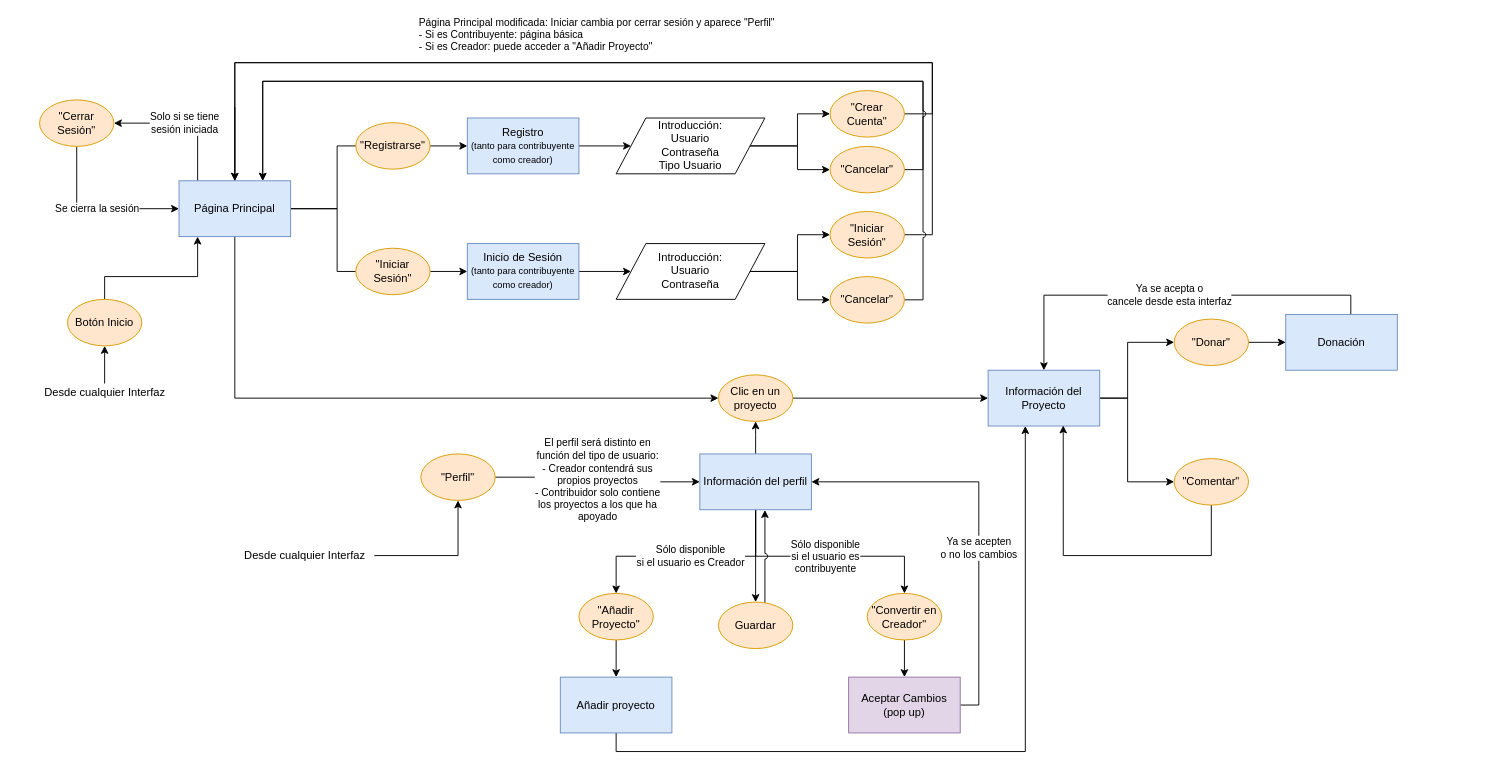
Earlier version of the draw.io diagram Documentos/diagramaFlujoOurProject.drawio (Numan4221/OurProject). Source tidied: cells renumbered, new cells numbered last; positions are measured from the earlier drawing's top-left corner, leaving out a move shared by most shapes. Both pictures are drawn from the tidied source at 93%, with x=0, y=0 at pixel (34, 62).
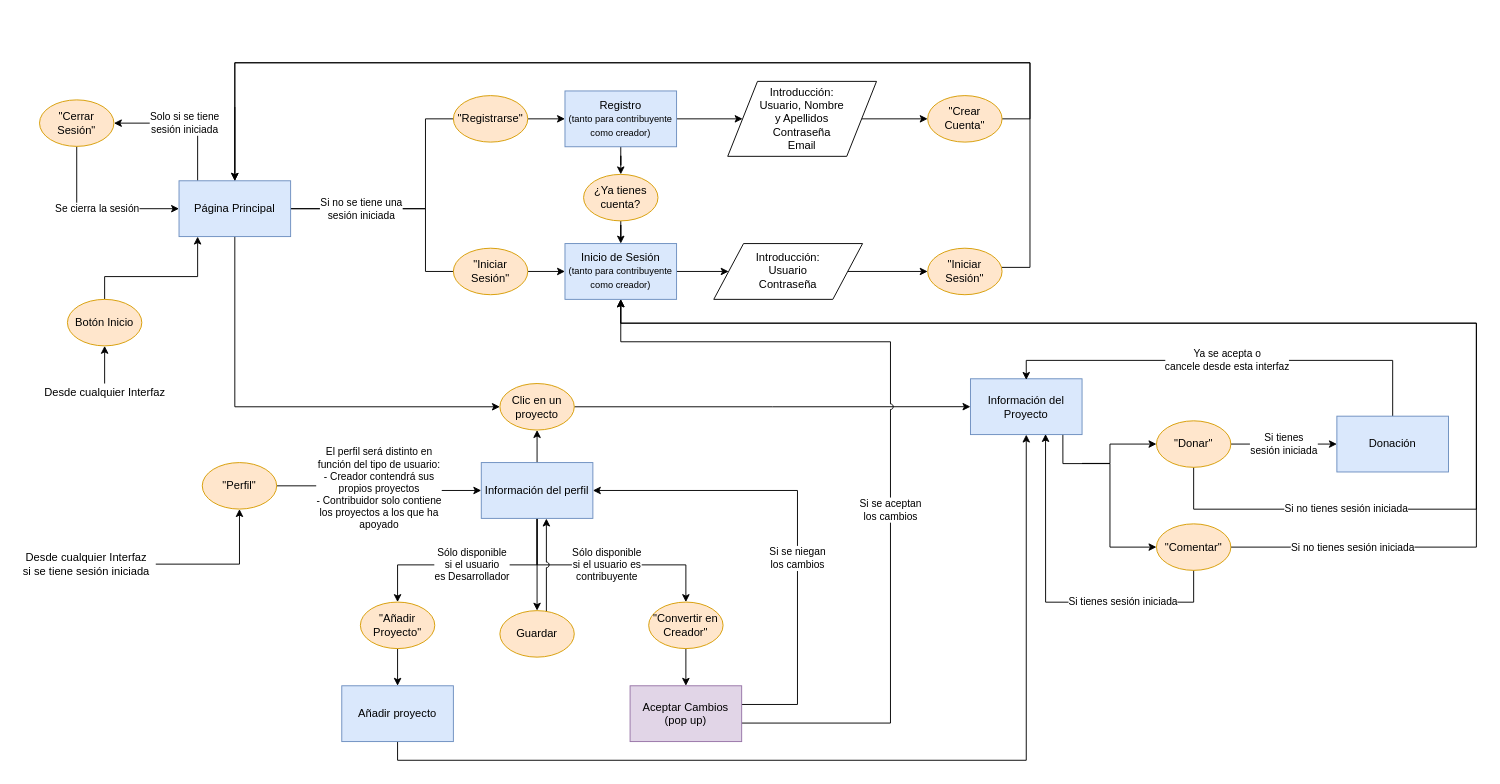
The same diagram, later.

The change refers to these unchanged cells:
```xml
<mxCell id="6" value="Página Principal" style="rounded=0;whiteSpace=wrap;html=1;fillColor=#dae8fc;strokeColor=#6c8ebf;" parent="1" vertex="1">
  <mxGeometry x="155" y="126.9" width="120" height="60" as="geometry" />
</mxCell>
```

Change to the diagram source:
```diff
@@
     <mxCell id="2" style="edgeStyle=orthogonalEdgeStyle;rounded=0;jettySize=auto;html=1;entryX=1;entryY=0.5;entryDx=0;entryDy=0;" parent="1" edge="1" source="6" target="21">
       <mxGeometry relative="1" as="geometry">
         <Array as="points">
-          <mxPoint x="325" y="156.9" />
-          <mxPoint x="325" y="89.9" />
+          <mxPoint x="420" y="157" />
+          <mxPoint x="420" y="60" />
         </Array>
       </mxGeometry>
     </mxCell>
-    <mxCell id="3" style="edgeStyle=orthogonalEdgeStyle;rounded=0;jettySize=auto;html=1;entryX=1;entryY=0.5;entryDx=0;entryDy=0;" parent="1" edge="1" source="6" target="19">
-      <mxGeometry relative="1" as="geometry">
+    <mxCell id="3" value="Si no se tiene una &lt;br&gt;sesión iniciada" style="edgeStyle=orthogonalEdgeStyle;rounded=0;jettySize=auto;html=1;entryX=1;entryY=0.5;entryDx=0;entryDy=0;" parent="1" edge="1" source="6" target="19">
+      <mxGeometry x="-0.53" relative="1" as="geometry">
         <Array as="points">
-          <mxPoint x="325" y="156.9" />
-          <mxPoint x="325" y="224.9" />
+          <mxPoint x="420" y="157" />
+          <mxPoint x="420" y="224" />
         </Array>
       </mxGeometry>
     </mxCell>
     <mxCell id="4" style="edgeStyle=orthogonalEdgeStyle;rounded=0;jettySize=auto;html=1;entryX=0;entryY=0.5;entryDx=0;entryDy=0;exitX=0.5;exitY=1;exitDx=0;exitDy=0;" parent="1" edge="1" target="37">
       <mxGeometry relative="1" as="geometry">
         <mxPoint x="215" y="47.6" as="sourcePoint" />
         <Array as="points">
-          <mxPoint x="215" y="360.6" />
+          <mxPoint x="215" y="370" />
         </Array>
       </mxGeometry>
     </mxCell>
@@
     <mxCell id="8" value="Inicio de Sesión&lt;br&gt;&lt;span style=&quot;font-size: 10px&quot;&gt;(tanto para contribuyente como creador)&lt;/span&gt;" style="rounded=0;whiteSpace=wrap;html=1;fillColor=#dae8fc;strokeColor=#6c8ebf;" parent="1" vertex="1">
-      <mxGeometry x="465" y="194.4" width="120" height="60" as="geometry" />
+      <mxGeometry x="570" y="194.4" width="120" height="60" as="geometry" />
     </mxCell>
-    <mxCell id="9" style="edgeStyle=orthogonalEdgeStyle;rounded=0;jettySize=auto;html=1;" parent="1" edge="1" source="10" target="13">
+    <mxCell id="9" style="edgeStyle=orthogonalEdgeStyle;rounded=0;jettySize=auto;html=1;entryX=0.5;entryY=1;entryDx=0;entryDy=0;" parent="1" edge="1" source="10" target="13">
       <mxGeometry relative="1" as="geometry">
         <Array as="points">
-          <mxPoint x="625" y="740.6" />
-          <mxPoint x="1065" y="740.6" />
+          <mxPoint x="390" y="750" />
+          <mxPoint x="1066" y="750" />
         </Array>
       </mxGeometry>
     </mxCell>
     <mxCell id="10" value="Añadir proyecto" style="rounded=0;whiteSpace=wrap;html=1;fillColor=#dae8fc;strokeColor=#6c8ebf;" parent="1" vertex="1">
-      <mxGeometry x="565" y="660.6" width="120" height="60" as="geometry" />
+      <mxGeometry x="330" y="669.9" width="120" height="60" as="geometry" />
     </mxCell>
-    <mxCell id="11" style="edgeStyle=orthogonalEdgeStyle;rounded=0;jettySize=auto;html=1;entryX=0;entryY=0.5;entryDx=0;entryDy=0;" parent="1" edge="1" source="13" target="54">
+    <mxCell id="11" style="edgeStyle=orthogonalEdgeStyle;rounded=0;jettySize=auto;html=1;entryX=0;entryY=0.5;entryDx=0;entryDy=0;" parent="1" edge="1" target="54">
       <mxGeometry x="0.35" relative="1" as="geometry">
+        <mxPoint x="1126" y="430.8" as="sourcePoint" />
         <Array as="points">
-          <mxPoint x="1175" y="360.6" />
-          <mxPoint x="1175" y="300.6" />
+          <mxPoint x="1156" y="431" />
+          <mxPoint x="1156" y="410" />
         </Array>
       </mxGeometry>
     </mxCell>
-    <mxCell id="12" style="edgeStyle=orthogonalEdgeStyle;rounded=0;jettySize=auto;html=1;entryX=0;entryY=0.5;entryDx=0;entryDy=0;" parent="1" edge="1" source="13" target="56">
+    <mxCell id="12" style="edgeStyle=orthogonalEdgeStyle;rounded=0;jettySize=auto;html=1;entryX=0;entryY=0.5;entryDx=0;entryDy=0;exitX=0.828;exitY=0.98;exitDx=0;exitDy=0;exitPerimeter=0;" parent="1" edge="1" source="13" target="56">
       <mxGeometry x="0.41" relative="1" as="geometry">
         <Array as="points">
-          <mxPoint x="1175" y="360.6" />
-          <mxPoint x="1175" y="450.6" />
+          <mxPoint x="1105" y="431" />
+          <mxPoint x="1156" y="431" />
+          <mxPoint x="1156" y="521" />
         </Array>
       </mxGeometry>
     </mxCell>
     <mxCell id="13" value="Información del Proyecto" style="rounded=0;whiteSpace=wrap;html=1;fillColor=#dae8fc;strokeColor=#6c8ebf;" parent="1" vertex="1">
-      <mxGeometry x="1025" y="330.6" width="120" height="60" as="geometry" />
+      <mxGeometry x="1006" y="339.8" width="120" height="60" as="geometry" />
     </mxCell>
-    <mxCell id="14" value="Ya se acepta o&lt;br&gt;cancele desde esta interfaz" style="edgeStyle=orthogonalEdgeStyle;rounded=0;jettySize=auto;html=1;entryX=0.5;entryY=0;entryDx=0;entryDy=0;" parent="1" edge="1" source="15" target="13">
+    <mxCell id="14" value="Ya se acepta o&lt;br&gt;cancele desde esta interfaz" style="edgeStyle=orthogonalEdgeStyle;rounded=0;jettySize=auto;html=1;" parent="1" edge="1" source="15">
       <mxGeometry relative="1" as="geometry">
+        <mxPoint x="1066" y="341" as="targetPoint" />
         <Array as="points">
-          <mxPoint x="1415" y="249.9" />
-          <mxPoint x="1085" y="249.9" />
+          <mxPoint x="1460" y="320" />
+          <mxPoint x="1066" y="320" />
         </Array>
       </mxGeometry>
     </mxCell>
     <mxCell id="15" value="Donación" style="rounded=0;whiteSpace=wrap;html=1;fillColor=#dae8fc;strokeColor=#6c8ebf;" parent="1" vertex="1">
-      <mxGeometry x="1345" y="270.6" width="120" height="60" as="geometry" />
+      <mxGeometry x="1400" y="380" width="120" height="60" as="geometry" />
     </mxCell>
@@
+    <mxCell id="65" style="edgeStyle=orthogonalEdgeStyle;rounded=0;jettySize=auto;html=1;entryX=0.5;entryY=0;entryDx=0;entryDy=0;" parent="1" edge="1" source="17" target="70">
+      <mxGeometry relative="1" as="geometry" />
+    </mxCell>
     <mxCell id="17" value="Registro &lt;br&gt;&lt;font style=&quot;font-size: 10px&quot;&gt;(tanto para contribuyente como creador)&lt;/font&gt;" style="rounded=0;whiteSpace=wrap;html=1;fillColor=#dae8fc;strokeColor=#6c8ebf;" parent="1" vertex="1">
-      <mxGeometry x="465" y="59.4" width="120" height="60" as="geometry" />
+      <mxGeometry x="570" y="30.3" width="120" height="60" as="geometry" />
     </mxCell>
@@
     <mxCell id="19" value="&quot;Iniciar Sesión&quot;" style="ellipse;whiteSpace=wrap;html=1;fillColor=#ffe6cc;strokeColor=#d79b00;" parent="1" vertex="1">
-      <mxGeometry x="345" y="199.4" width="80" height="50" as="geometry" />
+      <mxGeometry x="450" y="199.4" width="80" height="50" as="geometry" />
     </mxCell>
@@
     <mxCell id="21" value="&quot;Registrarse&quot;" style="ellipse;whiteSpace=wrap;html=1;fillColor=#ffe6cc;strokeColor=#d79b00;" parent="1" vertex="1">
-      <mxGeometry x="345" y="64.4" width="80" height="50" as="geometry" />
+      <mxGeometry x="450" y="35.3" width="80" height="50" as="geometry" />
     </mxCell>
@@
-    <mxCell id="23" style="edgeStyle=orthogonalEdgeStyle;rounded=0;jettySize=auto;html=1;entryX=0;entryY=0.5;entryDx=0;entryDy=0;" parent="1" edge="1" source="24" target="28">
-      <mxGeometry relative="1" as="geometry" />
-    </mxCell>
-    <mxCell id="24" value="Introducción:&lt;br&gt;Usuario&lt;br&gt;Contraseña&lt;br&gt;Tipo Usuario" style="shape=parallelogram;perimeter=parallelogramPerimeter;whiteSpace=wrap;html=1;" parent="1" vertex="1">
-      <mxGeometry x="625" y="59.4" width="160" height="60" as="geometry" />
+    <mxCell id="24" value="Introducción:&lt;br&gt;Usuario, Nombre &lt;br&gt;y Apellidos&lt;br&gt;Contraseña&lt;br&gt;Email" style="shape=parallelogram;perimeter=parallelogramPerimeter;whiteSpace=wrap;html=1;" parent="1" vertex="1">
+      <mxGeometry x="745" y="20" width="160" height="80.6" as="geometry" />
     </mxCell>
     <mxCell id="25" style="edgeStyle=orthogonalEdgeStyle;rounded=0;jettySize=auto;html=1;entryX=0.5;entryY=0;entryDx=0;entryDy=0;" parent="1" edge="1" source="26" target="6">
       <mxGeometry relative="1" as="geometry">
         <Array as="points">
-          <mxPoint x="965" y="54.9" />
-          <mxPoint x="965" y="-0.1" />
-          <mxPoint x="215" y="-0.1" />
+          <mxPoint x="1070" y="60" />
+          <mxPoint x="1070" />
+          <mxPoint x="215" />
         </Array>
       </mxGeometry>
     </mxCell>
     <mxCell id="26" value="&quot;Crear Cuenta&quot;" style="ellipse;whiteSpace=wrap;html=1;fillColor=#ffe6cc;strokeColor=#d79b00;" parent="1" vertex="1">
-      <mxGeometry x="855" y="29.9" width="80" height="50" as="geometry" />
+      <mxGeometry x="960" y="35.3" width="80" height="50" as="geometry" />
     </mxCell>
-    <mxCell id="27" style="edgeStyle=orthogonalEdgeStyle;rounded=0;jettySize=auto;html=1;" parent="1" edge="1" source="28">
-      <mxGeometry relative="1" as="geometry">
-        <mxPoint x="245" y="126.9" as="targetPoint" />
-        <Array as="points">
-          <mxPoint x="955" y="114.9" />
-          <mxPoint x="955" y="19.9" />
-          <mxPoint x="245" y="19.9" />
-          <mxPoint x="245" y="126.9" />
-        </Array>
-      </mxGeometry>
-    </mxCell>
-    <mxCell id="28" value="&quot;Cancelar&quot;" style="ellipse;whiteSpace=wrap;html=1;fillColor=#ffe6cc;strokeColor=#d79b00;" parent="1" vertex="1">
-      <mxGeometry x="855" y="89.9" width="80" height="50" as="geometry" />
-    </mxCell>
@@
-    <mxCell id="30" style="edgeStyle=orthogonalEdgeStyle;rounded=0;jettySize=auto;html=1;entryX=0;entryY=0.5;entryDx=0;entryDy=0;" parent="1" edge="1" source="31" target="35">
-      <mxGeometry relative="1" as="geometry" />
-    </mxCell>
     <mxCell id="31" value="Introducción:&lt;br&gt;Usuario&lt;br&gt;Contraseña" style="shape=parallelogram;perimeter=parallelogramPerimeter;whiteSpace=wrap;html=1;" parent="1" vertex="1">
-      <mxGeometry x="625" y="194.4" width="160" height="60" as="geometry" />
+      <mxGeometry x="730" y="194.4" width="160" height="60" as="geometry" />
     </mxCell>
     <mxCell id="32" style="edgeStyle=orthogonalEdgeStyle;rounded=0;jettySize=auto;html=1;entryX=0.5;entryY=0;entryDx=0;entryDy=0;" parent="1" edge="1" source="33" target="6">
       <mxGeometry relative="1" as="geometry">
         <Array as="points">
-          <mxPoint x="965" y="184.9" />
-          <mxPoint x="965" y="-0.1" />
-          <mxPoint x="215" y="-0.1" />
+          <mxPoint x="1070" y="220" />
+          <mxPoint x="1070" />
+          <mxPoint x="215" />
         </Array>
       </mxGeometry>
     </mxCell>
     <mxCell id="33" value="&quot;Iniciar Sesión&quot;" style="ellipse;whiteSpace=wrap;html=1;fillColor=#ffe6cc;strokeColor=#d79b00;" parent="1" vertex="1">
-      <mxGeometry x="855" y="159.9" width="80" height="50" as="geometry" />
+      <mxGeometry x="960" y="199.4" width="80" height="50" as="geometry" />
     </mxCell>
-    <mxCell id="34" value="&lt;div style=&quot;text-align: left&quot;&gt;Página Principal modificada: Iniciar cambia por cerrar sesión y aparece &quot;Perfil&quot;&lt;/div&gt;&lt;div style=&quot;text-align: left&quot;&gt;- Si es Contribuyente: página básica&lt;/div&gt;&lt;div style=&quot;text-align: left&quot;&gt;- Si es Creador: puede acceder a &quot;Añadir Proyecto&quot;&lt;/div&gt;" style="edgeStyle=orthogonalEdgeStyle;rounded=0;jettySize=auto;html=1;entryX=0.75;entryY=0;entryDx=0;entryDy=0;jumpStyle=arc;" parent="1" edge="1" source="35" target="6">
-      <mxGeometry x="0.13" y="-50" relative="1" as="geometry">
-        <Array as="points">
-          <mxPoint x="955" y="254.9" />
-          <mxPoint x="955" y="19.9" />
-          <mxPoint x="245" y="19.9" />
-        </Array>
-      </mxGeometry>
-    </mxCell>
-    <mxCell id="35" value="&quot;Cancelar&quot;" style="ellipse;whiteSpace=wrap;html=1;fillColor=#ffe6cc;strokeColor=#d79b00;" parent="1" vertex="1">
-      <mxGeometry x="855" y="229.9" width="80" height="50" as="geometry" />
-    </mxCell>
@@
     <mxCell id="37" value="Clic en un proyecto" style="ellipse;whiteSpace=wrap;html=1;fillColor=#ffe6cc;strokeColor=#d79b00;" parent="1" vertex="1">
-      <mxGeometry x="735" y="335.6" width="80" height="50" as="geometry" />
+      <mxGeometry x="500" y="344.9" width="80" height="50" as="geometry" />
     </mxCell>
@@
     <mxCell id="41" value="&quot;Perfil&quot;" style="ellipse;whiteSpace=wrap;html=1;fillColor=#ffe6cc;strokeColor=#d79b00;" parent="1" vertex="1">
-      <mxGeometry x="415" y="420.6" width="80" height="50" as="geometry" />
+      <mxGeometry x="180" y="429.9" width="80" height="50" as="geometry" />
     </mxCell>
     <mxCell id="42" style="edgeStyle=orthogonalEdgeStyle;rounded=0;jettySize=auto;html=1;entryX=0.5;entryY=1;entryDx=0;entryDy=0;" parent="1" edge="1" source="46" target="37">
       <mxGeometry relative="1" as="geometry">
         <Array as="points">
-          <mxPoint x="775" y="400.6" />
-          <mxPoint x="775" y="400.6" />
+          <mxPoint x="540" y="409.9" />
+          <mxPoint x="540" y="409.9" />
         </Array>
       </mxGeometry>
     </mxCell>
-    <mxCell id="43" value="Sólo disponible&lt;br&gt;si el usuario es Creador" style="edgeStyle=orthogonalEdgeStyle;rounded=0;jettySize=auto;html=1;entryX=0.5;entryY=0;entryDx=0;entryDy=0;exitX=0.5;exitY=1;exitDx=0;exitDy=0;" parent="1" edge="1" source="46" target="48">
+    <mxCell id="43" value="Sólo disponible&lt;br&gt;si el usuario &lt;br&gt;es Desarrollador" style="edgeStyle=orthogonalEdgeStyle;rounded=0;jettySize=auto;html=1;entryX=0.5;entryY=0;entryDx=0;entryDy=0;exitX=0.5;exitY=1;exitDx=0;exitDy=0;" parent="1" edge="1" source="46" target="48">
       <mxGeometry relative="1" as="geometry">
         <Array as="points">
-          <mxPoint x="775" y="530.6" />
-          <mxPoint x="625" y="530.6" />
+          <mxPoint x="540" y="539.9" />
+          <mxPoint x="390" y="539.9" />
         </Array>
       </mxGeometry>
     </mxCell>
     <mxCell id="44" value="Sólo disponible&lt;br&gt;si el usuario es&lt;br&gt;contribuyente" style="edgeStyle=orthogonalEdgeStyle;rounded=0;jettySize=auto;html=1;entryX=0.5;entryY=0;entryDx=0;entryDy=0;" parent="1" edge="1" source="46" target="50">
       <mxGeometry relative="1" as="geometry">
         <Array as="points">
-          <mxPoint x="775" y="530.6" />
-          <mxPoint x="935" y="530.6" />
+          <mxPoint x="540" y="539.9" />
+          <mxPoint x="700" y="539.9" />
         </Array>
       </mxGeometry>
     </mxCell>
@@
     <mxCell id="46" value="Información del perfil" style="rounded=0;whiteSpace=wrap;html=1;fillColor=#dae8fc;strokeColor=#6c8ebf;" parent="1" vertex="1">
-      <mxGeometry x="715" y="420.6" width="120" height="60" as="geometry" />
+      <mxGeometry x="480" y="429.9" width="120" height="60" as="geometry" />
     </mxCell>
@@
     <mxCell id="48" value="&quot;Añadir Proyecto&quot;" style="ellipse;whiteSpace=wrap;html=1;fillColor=#ffe6cc;strokeColor=#d79b00;" parent="1" vertex="1">
-      <mxGeometry x="585" y="570.6" width="80" height="50" as="geometry" />
+      <mxGeometry x="350" y="579.9" width="80" height="50" as="geometry" />
     </mxCell>
@@
     <mxCell id="50" value="&quot;Convertir en Creador&quot;" style="ellipse;whiteSpace=wrap;html=1;fillColor=#ffe6cc;strokeColor=#d79b00;" parent="1" vertex="1">
-      <mxGeometry x="895" y="570.6" width="80" height="50" as="geometry" />
+      <mxGeometry x="660" y="579.9" width="80" height="50" as="geometry" />
     </mxCell>
-    <mxCell id="51" value="Ya se acepten&lt;br&gt;o no los cambios" style="edgeStyle=orthogonalEdgeStyle;rounded=0;jettySize=auto;html=1;entryX=1;entryY=0.5;entryDx=0;entryDy=0;" parent="1" edge="1" source="52" target="46">
+    <mxCell id="51" value="Si se aceptan&lt;br&gt;los cambios" style="edgeStyle=orthogonalEdgeStyle;rounded=0;jettySize=auto;html=1;jumpStyle=arc;entryX=0.5;entryY=1;entryDx=0;entryDy=0;" parent="1" edge="1" source="52" target="8">
       <mxGeometry x="-0.14" relative="1" as="geometry">
         <Array as="points">
-          <mxPoint x="1015" y="690.6" />
-          <mxPoint x="1015" y="450.6" />
+          <mxPoint x="920" y="710" />
+          <mxPoint x="920" y="300" />
+          <mxPoint x="630" y="300" />
         </Array>
       </mxGeometry>
     </mxCell>
+    <mxCell id="66" value="Si se niegan &lt;br&gt;los cambios" style="edgeStyle=orthogonalEdgeStyle;rounded=0;jettySize=auto;html=1;entryX=1;entryY=0.5;entryDx=0;entryDy=0;" parent="1" edge="1" source="52" target="46">
+      <mxGeometry x="-0.15" relative="1" as="geometry">
+        <Array as="points">
+          <mxPoint x="820" y="690" />
+          <mxPoint x="820" y="460" />
+        </Array>
+      </mxGeometry>
+    </mxCell>
     <mxCell id="52" value="Aceptar Cambios&lt;br&gt;(pop up)" style="rounded=0;whiteSpace=wrap;html=1;fillColor=#e1d5e7;strokeColor=#9673a6;" parent="1" vertex="1">
-      <mxGeometry x="875" y="660.6" width="120" height="60" as="geometry" />
+      <mxGeometry x="640" y="669.9" width="120" height="60" as="geometry" />
     </mxCell>
-    <mxCell id="53" style="edgeStyle=orthogonalEdgeStyle;rounded=0;jettySize=auto;html=1;entryX=0;entryY=0.5;entryDx=0;entryDy=0;" parent="1" edge="1" source="54" target="15">
+    <mxCell id="53" value="Si tienes &lt;br&gt;sesión iniciada" style="edgeStyle=orthogonalEdgeStyle;rounded=0;jettySize=auto;html=1;entryX=0;entryY=0.5;entryDx=0;entryDy=0;" parent="1" edge="1" source="54" target="15">
       <mxGeometry relative="1" as="geometry" />
     </mxCell>
+    <mxCell id="67" value="Si no tienes sesión iniciada" style="edgeStyle=orthogonalEdgeStyle;rounded=0;jumpStyle=arc;jettySize=auto;html=1;entryX=0.5;entryY=1;entryDx=0;entryDy=0;" parent="1" edge="1" source="54" target="8">
+      <mxGeometry x="-0.72" relative="1" as="geometry">
+        <Array as="points">
+          <mxPoint x="1246" y="480" />
+          <mxPoint x="1550" y="480" />
+          <mxPoint x="1550" y="280" />
+          <mxPoint x="630" y="280" />
+        </Array>
+      </mxGeometry>
+    </mxCell>
     <mxCell id="54" value="&quot;Donar&quot;" style="ellipse;whiteSpace=wrap;html=1;fillColor=#ffe6cc;strokeColor=#d79b00;" parent="1" vertex="1">
-      <mxGeometry x="1225" y="275.6" width="80" height="50" as="geometry" />
+      <mxGeometry x="1206" y="385" width="80" height="50" as="geometry" />
     </mxCell>
-    <mxCell id="55" style="edgeStyle=orthogonalEdgeStyle;rounded=0;jettySize=auto;html=1;entryX=0.673;entryY=0.99;entryDx=0;entryDy=0;entryPerimeter=0;" parent="1" edge="1" source="56" target="13">
-      <mxGeometry relative="1" as="geometry">
+    <mxCell id="55" value="Si tienes sesión iniciada" style="edgeStyle=orthogonalEdgeStyle;rounded=0;jettySize=auto;html=1;entryX=0.673;entryY=0.99;entryDx=0;entryDy=0;entryPerimeter=0;" parent="1" edge="1" source="56" target="13">
+      <mxGeometry x="-0.41" relative="1" as="geometry">
         <Array as="points">
-          <mxPoint x="1265" y="529.9" />
-          <mxPoint x="1106" y="529.9" />
+          <mxPoint x="1246" y="580" />
+          <mxPoint x="1087" y="580" />
         </Array>
       </mxGeometry>
     </mxCell>
+    <mxCell id="68" value="Si no tienes sesión iniciada" style="edgeStyle=orthogonalEdgeStyle;rounded=0;jumpStyle=arc;jettySize=auto;html=1;entryX=0.5;entryY=1;entryDx=0;entryDy=0;" parent="1" edge="1" source="56" target="8">
+      <mxGeometry x="-0.82" relative="1" as="geometry">
+        <Array as="points">
+          <mxPoint x="1550" y="521" />
+          <mxPoint x="1550" y="280" />
+          <mxPoint x="630" y="280" />
+        </Array>
+      </mxGeometry>
+    </mxCell>
     <mxCell id="56" value="&quot;Comentar&quot;" style="ellipse;whiteSpace=wrap;html=1;fillColor=#ffe6cc;strokeColor=#d79b00;" parent="1" vertex="1">
-      <mxGeometry x="1225" y="425.6" width="80" height="50" as="geometry" />
+      <mxGeometry x="1206" y="495.8" width="80" height="50" as="geometry" />
     </mxCell>
@@
-    <mxCell id="62" value="Desde cualquier Interfaz" style="text;html=1;align=center;verticalAlign=middle;points=[];" parent="1" vertex="1">
-      <mxGeometry x="215" y="519.9" width="150" height="20" as="geometry" />
+    <mxCell id="62" value="Desde cualquier Interfaz&lt;br&gt;si se tiene sesión iniciada" style="text;html=1;align=center;verticalAlign=middle;points=[];" parent="1" vertex="1">
+      <mxGeometry x="-20" y="524.1" width="150" height="30" as="geometry" />
     </mxCell>
     <mxCell id="63" style="edgeStyle=orthogonalEdgeStyle;rounded=0;jettySize=auto;html=1;jumpStyle=arc;" parent="1" edge="1" source="64">
       <mxGeometry relative="1" as="geometry">
-        <mxPoint x="785" y="480.9" as="targetPoint" />
+        <mxPoint x="550" y="490.1" as="targetPoint" />
         <Array as="points">
-          <mxPoint x="785" y="480.9" />
+          <mxPoint x="550" y="490.1" />
         </Array>
       </mxGeometry>
     </mxCell>
     <mxCell id="64" value="Guardar" style="ellipse;whiteSpace=wrap;html=1;fillColor=#ffe6cc;strokeColor=#d79b00;" parent="1" vertex="1">
-      <mxGeometry x="735" y="579.9" width="80" height="50" as="geometry" />
+      <mxGeometry x="500" y="589.1" width="80" height="50" as="geometry" />
     </mxCell>
+    <mxCell id="69" style="edgeStyle=orthogonalEdgeStyle;rounded=0;jettySize=auto;html=1;entryX=0.5;entryY=0;entryDx=0;entryDy=0;" parent="1" edge="1" source="70" target="8">
+      <mxGeometry relative="1" as="geometry" />
+    </mxCell>
+    <mxCell id="70" value="¿Ya tienes cuenta?" style="ellipse;whiteSpace=wrap;html=1;fillColor=#ffe6cc;strokeColor=#d79b00;" parent="1" vertex="1">
+      <mxGeometry x="590" y="120" width="80" height="50" as="geometry" />
+    </mxCell>
```
